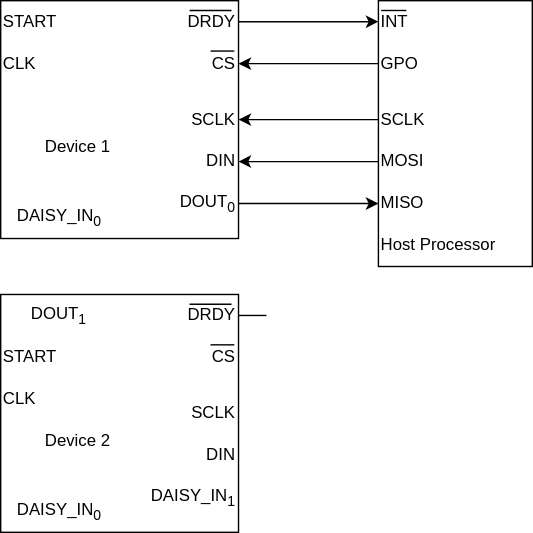
Earlier version of the draw.io export dsp_chips.drawio.svg (mulanfly/diagrams). Source tidied: cells renumbered, new cells last; positions are measured from the earlier drawing's top-left corner, leaving out a move shared by most shapes.
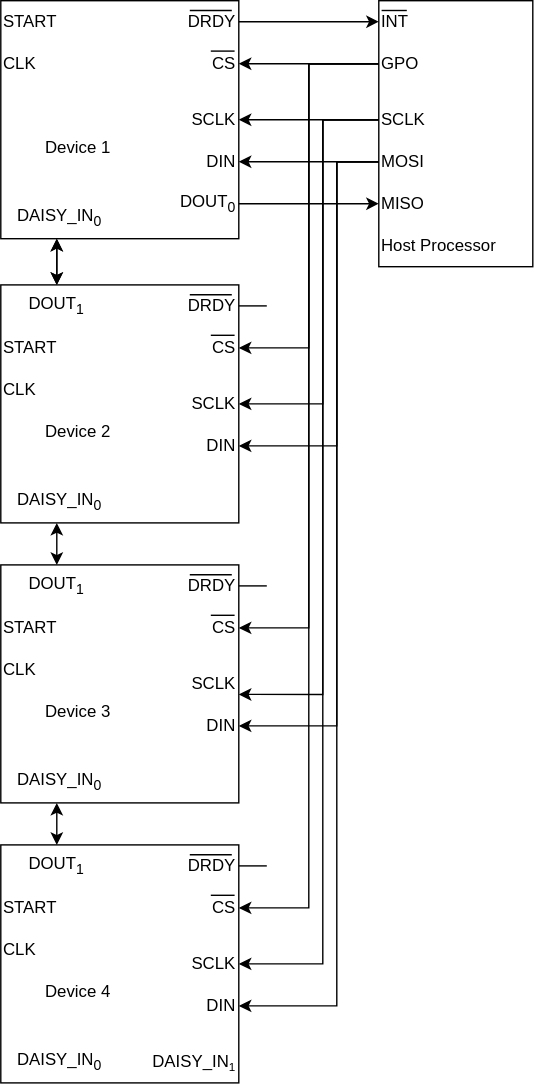
After the commit.

What changed in the source:
```diff
@@ -35,6 +35,12 @@
     <mxCell id="12" value="Device 1" style="text;html=1;strokeColor=none;fillColor=none;align=left;verticalAlign=middle;whiteSpace=wrap;rounded=0;" parent="1" vertex="1">
       <mxGeometry x="30" y="90" width="60" height="30" as="geometry" />
     </mxCell>
+    <mxCell id="41" style="edgeStyle=orthogonalEdgeStyle;rounded=0;jettySize=auto;html=1;exitX=0.5;exitY=1;exitDx=0;exitDy=0;startArrow=classic;startFill=1;" parent="1" edge="1" source="13" target="39">
+      <mxGeometry relative="1" as="geometry" />
+    </mxCell>
+    <mxCell id="42" style="edgeStyle=orthogonalEdgeStyle;rounded=0;jettySize=auto;html=1;startArrow=classic;startFill=1;" parent="1" edge="1" source="13" target="39">
+      <mxGeometry relative="1" as="geometry" />
+    </mxCell>
     <mxCell id="13" value="DAISY_IN&lt;sub&gt;0&lt;/sub&gt;" style="text;html=1;strokeColor=none;fillColor=none;align=left;verticalAlign=middle;whiteSpace=wrap;rounded=0;" parent="1" vertex="1">
       <mxGeometry x="10" y="140" width="60" height="30" as="geometry" />
     </mxCell>
@@ -59,18 +65,75 @@
     <mxCell id="18" style="edgeStyle=orthogonalEdgeStyle;rounded=0;jettySize=auto;html=1;exitX=0;exitY=0.5;exitDx=0;exitDy=0;entryX=1;entryY=0.5;entryDx=0;entryDy=0;" parent="1" edge="1" source="19" target="7">
       <mxGeometry relative="1" as="geometry" />
     </mxCell>
+    <mxCell id="43" style="edgeStyle=orthogonalEdgeStyle;rounded=0;jettySize=auto;html=1;exitX=0;exitY=0.5;exitDx=0;exitDy=0;entryX=1;entryY=0.5;entryDx=0;entryDy=0;" parent="1" edge="1" source="19" target="31">
+      <mxGeometry relative="1" as="geometry" />
+    </mxCell>
+    <mxCell id="44" style="edgeStyle=orthogonalEdgeStyle;rounded=0;jettySize=auto;html=1;exitX=0;exitY=0.5;exitDx=0;exitDy=0;entryX=1;entryY=0.5;entryDx=0;entryDy=0;startArrow=none;startFill=0;" parent="1" edge="1" source="19" target="57">
+      <mxGeometry relative="1" as="geometry" />
+    </mxCell>
+    <mxCell id="45" style="edgeStyle=orthogonalEdgeStyle;rounded=0;jettySize=auto;html=1;exitX=0;exitY=0.5;exitDx=0;exitDy=0;entryX=1;entryY=0.5;entryDx=0;entryDy=0;startArrow=none;startFill=0;" parent="1" edge="1" source="19" target="70">
+      <mxGeometry relative="1" as="geometry" />
+    </mxCell>
     <mxCell id="19" value="GPO" style="text;html=1;strokeColor=none;fillColor=none;align=left;verticalAlign=middle;whiteSpace=wrap;rounded=0;" parent="1" vertex="1">
       <mxGeometry x="270" y="30" width="60" height="30" as="geometry" />
     </mxCell>
     <mxCell id="20" style="edgeStyle=orthogonalEdgeStyle;rounded=0;jettySize=auto;html=1;exitX=0;exitY=0.5;exitDx=0;exitDy=0;entryX=1;entryY=0.5;entryDx=0;entryDy=0;" parent="1" edge="1" source="21" target="8">
       <mxGeometry relative="1" as="geometry" />
     </mxCell>
+    <mxCell id="46" style="edgeStyle=orthogonalEdgeStyle;rounded=0;jettySize=auto;html=1;exitX=0;exitY=0.5;exitDx=0;exitDy=0;entryX=1;entryY=0.5;entryDx=0;entryDy=0;" parent="1" edge="1" source="21" target="32">
+      <mxGeometry relative="1" as="geometry">
+        <Array as="points">
+          <mxPoint x="230" y="85" />
+          <mxPoint x="230" y="288" />
+        </Array>
+      </mxGeometry>
+    </mxCell>
+    <mxCell id="47" style="edgeStyle=orthogonalEdgeStyle;rounded=0;jettySize=auto;html=1;exitX=0;exitY=0.5;exitDx=0;exitDy=0;entryX=1;entryY=0.75;entryDx=0;entryDy=0;startArrow=none;startFill=0;" parent="1" edge="1" source="21" target="58">
+      <mxGeometry relative="1" as="geometry">
+        <Array as="points">
+          <mxPoint x="230" y="85" />
+          <mxPoint x="230" y="496" />
+        </Array>
+      </mxGeometry>
+    </mxCell>
+    <mxCell id="48" style="edgeStyle=orthogonalEdgeStyle;rounded=0;jettySize=auto;html=1;exitX=0;exitY=0.5;exitDx=0;exitDy=0;entryX=1;entryY=0.5;entryDx=0;entryDy=0;startArrow=none;startFill=0;" parent="1" edge="1" source="21" target="71">
+      <mxGeometry relative="1" as="geometry">
+        <Array as="points">
+          <mxPoint x="230" y="85" />
+          <mxPoint x="230" y="688" />
+        </Array>
+      </mxGeometry>
+    </mxCell>
     <mxCell id="21" value="SCLK&lt;span style=&quot;color: rgba(0 , 0 , 0 , 0) ; font-family: monospace ; font-size: 0px&quot;&gt;%3CmxGraphModel%3E%3Croot%3E%3CmxCell%20id%3D%220%22%2F%3E%3CmxCell%20id%3D%221%22%20parent%3D%220%22%2F%3E%3CmxCell%20id%3D%222%22%20value%3D%22INT%22%20style%3D%22text%3Bhtml%3D1%3BstrokeColor%3Dnone%3BfillColor%3Dnone%3Balign%3Dleft%3BverticalAlign%3Dmiddle%3BwhiteSpace%3Dwrap%3Brounded%3D0%3B%22%20vertex%3D%221%22%20parent%3D%221%22%3E%3CmxGeometry%20x%3D%22490%22%20y%3D%2290%22%20width%3D%2260%22%20height%3D%2230%22%20as%3D%22geometry%22%2F%3E%3C%2FmxCell%3E%3C%2Froot%3E%3C%2FmxGraphModel%3E&lt;/span&gt;" style="text;html=1;strokeColor=none;fillColor=none;align=left;verticalAlign=middle;whiteSpace=wrap;rounded=0;" parent="1" vertex="1">
       <mxGeometry x="270" y="70" width="60" height="30" as="geometry" />
     </mxCell>
     <mxCell id="22" style="edgeStyle=orthogonalEdgeStyle;rounded=0;jettySize=auto;html=1;exitX=0;exitY=0.5;exitDx=0;exitDy=0;entryX=1;entryY=0.5;entryDx=0;entryDy=0;" parent="1" edge="1" source="23" target="9">
       <mxGeometry relative="1" as="geometry" />
     </mxCell>
+    <mxCell id="49" style="edgeStyle=orthogonalEdgeStyle;rounded=0;jettySize=auto;html=1;exitX=0;exitY=0.5;exitDx=0;exitDy=0;entryX=1;entryY=0.5;entryDx=0;entryDy=0;" parent="1" edge="1" source="23" target="33">
+      <mxGeometry relative="1" as="geometry">
+        <Array as="points">
+          <mxPoint x="240" y="115" />
+          <mxPoint x="240" y="318" />
+        </Array>
+      </mxGeometry>
+    </mxCell>
+    <mxCell id="50" style="edgeStyle=orthogonalEdgeStyle;rounded=0;jettySize=auto;html=1;exitX=0;exitY=0.5;exitDx=0;exitDy=0;entryX=1;entryY=0.5;entryDx=0;entryDy=0;startArrow=none;startFill=0;" parent="1" edge="1" source="23" target="59">
+      <mxGeometry relative="1" as="geometry">
+        <Array as="points">
+          <mxPoint x="240" y="115" />
+          <mxPoint x="240" y="518" />
+        </Array>
+      </mxGeometry>
+    </mxCell>
+    <mxCell id="51" style="edgeStyle=orthogonalEdgeStyle;rounded=0;jettySize=auto;html=1;exitX=0;exitY=0.5;exitDx=0;exitDy=0;entryX=1;entryY=0.5;entryDx=0;entryDy=0;startArrow=none;startFill=0;" parent="1" edge="1" source="23" target="72">
+      <mxGeometry relative="1" as="geometry">
+        <Array as="points">
+          <mxPoint x="240" y="115" />
+          <mxPoint x="240" y="718" />
+        </Array>
+      </mxGeometry>
+    </mxCell>
     <mxCell id="23" value="MOSI" style="text;html=1;strokeColor=none;fillColor=none;align=left;verticalAlign=middle;whiteSpace=wrap;rounded=0;" parent="1" vertex="1">
       <mxGeometry x="270" y="100" width="60" height="30" as="geometry" />
     </mxCell>
@@ -87,54 +150,154 @@
       </mxGeometry>
     </mxCell>
     <mxCell id="27" style="whiteSpace=wrap;html=1;" parent="1" vertex="1">
-      <mxGeometry y="210" width="170" height="170" as="geometry" />
+      <mxGeometry y="203" width="170" height="170" as="geometry" />
     </mxCell>
     <mxCell id="28" value="START" style="text;html=1;strokeColor=none;fillColor=none;align=left;verticalAlign=middle;whiteSpace=wrap;rounded=0;" parent="1" vertex="1">
-      <mxGeometry y="240" width="60" height="30" as="geometry" />
+      <mxGeometry y="233" width="60" height="30" as="geometry" />
     </mxCell>
     <mxCell id="29" value="CLK" style="text;html=1;strokeColor=none;fillColor=none;align=left;verticalAlign=middle;whiteSpace=wrap;rounded=0;" parent="1" vertex="1">
-      <mxGeometry y="270" width="60" height="30" as="geometry" />
+      <mxGeometry y="263" width="60" height="30" as="geometry" />
     </mxCell>
     <mxCell id="30" value="DRDY" style="text;html=1;strokeColor=none;fillColor=none;align=right;verticalAlign=middle;whiteSpace=wrap;rounded=0;" parent="1" vertex="1">
-      <mxGeometry x="110" y="210" width="60" height="30" as="geometry" />
+      <mxGeometry x="110" y="203" width="60" height="30" as="geometry" />
     </mxCell>
     <mxCell id="31" value="CS" style="text;html=1;strokeColor=none;fillColor=none;align=right;verticalAlign=middle;whiteSpace=wrap;rounded=0;" parent="1" vertex="1">
-      <mxGeometry x="110" y="240" width="60" height="30" as="geometry" />
+      <mxGeometry x="110" y="233" width="60" height="30" as="geometry" />
     </mxCell>
     <mxCell id="32" value="SCLK" style="text;html=1;strokeColor=none;fillColor=none;align=right;verticalAlign=middle;whiteSpace=wrap;rounded=0;" parent="1" vertex="1">
-      <mxGeometry x="110" y="280" width="60" height="30" as="geometry" />
+      <mxGeometry x="110" y="273" width="60" height="30" as="geometry" />
     </mxCell>
     <mxCell id="33" value="DIN" style="text;html=1;strokeColor=none;fillColor=none;align=right;verticalAlign=middle;whiteSpace=wrap;rounded=0;" parent="1" vertex="1">
-      <mxGeometry x="110" y="310" width="60" height="30" as="geometry" />
+      <mxGeometry x="110" y="303" width="60" height="30" as="geometry" />
     </mxCell>
-    <mxCell id="34" value="DAISY_IN&lt;sub&gt;1&lt;/sub&gt;" style="text;html=1;strokeColor=none;fillColor=none;align=right;verticalAlign=middle;whiteSpace=wrap;rounded=0;" parent="1" vertex="1">
-      <mxGeometry x="110" y="340" width="60" height="30" as="geometry" />
-    </mxCell>
     <mxCell id="35" value="Device 2" style="text;html=1;strokeColor=none;fillColor=none;align=left;verticalAlign=middle;whiteSpace=wrap;rounded=0;" parent="1" vertex="1">
-      <mxGeometry x="30" y="300" width="60" height="30" as="geometry" />
+      <mxGeometry x="30" y="293" width="60" height="30" as="geometry" />
     </mxCell>
+    <mxCell id="52" style="edgeStyle=orthogonalEdgeStyle;rounded=0;jettySize=auto;html=1;startArrow=classic;startFill=1;" parent="1" edge="1" source="36" target="64">
+      <mxGeometry relative="1" as="geometry" />
+    </mxCell>
     <mxCell id="36" value="DAISY_IN&lt;sub&gt;0&lt;/sub&gt;" style="text;html=1;strokeColor=none;fillColor=none;align=left;verticalAlign=middle;whiteSpace=wrap;rounded=0;" parent="1" vertex="1">
-      <mxGeometry x="10" y="350" width="60" height="30" as="geometry" />
+      <mxGeometry x="10" y="343" width="60" height="30" as="geometry" />
     </mxCell>
     <mxCell id="37" style="endArrow=none;html=1;rounded=0;" parent="1" edge="1">
       <mxGeometry relative="1" as="geometry">
-        <mxPoint x="135" y="217" as="sourcePoint" />
-        <mxPoint x="165" y="217" as="targetPoint" />
+        <mxPoint x="135" y="210" as="sourcePoint" />
+        <mxPoint x="165" y="210" as="targetPoint" />
       </mxGeometry>
     </mxCell>
     <mxCell id="38" style="endArrow=none;html=1;rounded=0;" parent="1" edge="1">
       <mxGeometry relative="1" as="geometry">
-        <mxPoint x="150" y="246" as="sourcePoint" />
-        <mxPoint x="167" y="246" as="targetPoint" />
+        <mxPoint x="150" y="239" as="sourcePoint" />
+        <mxPoint x="167" y="239" as="targetPoint" />
       </mxGeometry>
     </mxCell>
-    <mxCell id="39" value="DOUT&lt;sub&gt;1&lt;/sub&gt;" style="text;html=1;strokeColor=none;fillColor=none;align=left;verticalAlign=middle;whiteSpace=wrap;rounded=0;" parent="1" vertex="1">
-      <mxGeometry x="20" y="210" width="60" height="30" as="geometry" />
+    <mxCell id="39" value="DOUT&lt;sub&gt;1&lt;/sub&gt;" style="text;html=1;strokeColor=none;fillColor=none;align=center;verticalAlign=middle;whiteSpace=wrap;rounded=0;" parent="1" vertex="1">
+      <mxGeometry x="10" y="203" width="60" height="30" as="geometry" />
     </mxCell>
     <mxCell id="40" style="endArrow=none;html=1;rounded=0;exitX=1;exitY=0.5;exitDx=0;exitDy=0;" parent="1" edge="1" source="30">
       <mxGeometry relative="1" as="geometry">
-        <mxPoint x="190" y="225" as="targetPoint" />
+        <mxPoint x="190" y="218" as="targetPoint" />
       </mxGeometry>
     </mxCell>
+    <mxCell id="53" style="whiteSpace=wrap;html=1;" parent="1" vertex="1">
+      <mxGeometry y="403" width="170" height="170" as="geometry" />
+    </mxCell>
+    <mxCell id="54" value="START" style="text;html=1;strokeColor=none;fillColor=none;align=left;verticalAlign=middle;whiteSpace=wrap;rounded=0;" parent="1" vertex="1">
+      <mxGeometry y="433" width="60" height="30" as="geometry" />
+    </mxCell>
+    <mxCell id="55" value="CLK" style="text;html=1;strokeColor=none;fillColor=none;align=left;verticalAlign=middle;whiteSpace=wrap;rounded=0;" parent="1" vertex="1">
+      <mxGeometry y="463" width="60" height="30" as="geometry" />
+    </mxCell>
+    <mxCell id="56" value="DRDY" style="text;html=1;strokeColor=none;fillColor=none;align=right;verticalAlign=middle;whiteSpace=wrap;rounded=0;" parent="1" vertex="1">
+      <mxGeometry x="110" y="403" width="60" height="30" as="geometry" />
+    </mxCell>
+    <mxCell id="57" value="CS" style="text;html=1;strokeColor=none;fillColor=none;align=right;verticalAlign=middle;whiteSpace=wrap;rounded=0;" parent="1" vertex="1">
+      <mxGeometry x="110" y="433" width="60" height="30" as="geometry" />
+    </mxCell>
+    <mxCell id="58" value="SCLK" style="text;html=1;strokeColor=none;fillColor=none;align=right;verticalAlign=middle;whiteSpace=wrap;rounded=0;" parent="1" vertex="1">
+      <mxGeometry x="110" y="473" width="60" height="30" as="geometry" />
+    </mxCell>
+    <mxCell id="59" value="DIN" style="text;html=1;strokeColor=none;fillColor=none;align=right;verticalAlign=middle;whiteSpace=wrap;rounded=0;" parent="1" vertex="1">
+      <mxGeometry x="110" y="503" width="60" height="30" as="geometry" />
+    </mxCell>
+    <mxCell id="60" value="Device 3" style="text;html=1;strokeColor=none;fillColor=none;align=left;verticalAlign=middle;whiteSpace=wrap;rounded=0;" parent="1" vertex="1">
+      <mxGeometry x="30" y="493" width="60" height="30" as="geometry" />
+    </mxCell>
+    <mxCell id="61" value="DAISY_IN&lt;sub&gt;0&lt;/sub&gt;" style="text;html=1;strokeColor=none;fillColor=none;align=left;verticalAlign=middle;whiteSpace=wrap;rounded=0;" parent="1" vertex="1">
+      <mxGeometry x="10" y="543" width="60" height="30" as="geometry" />
+    </mxCell>
+    <mxCell id="62" style="endArrow=none;html=1;rounded=0;" parent="1" edge="1">
+      <mxGeometry relative="1" as="geometry">
+        <mxPoint x="135" y="410" as="sourcePoint" />
+        <mxPoint x="165" y="410" as="targetPoint" />
+      </mxGeometry>
+    </mxCell>
+    <mxCell id="63" style="endArrow=none;html=1;rounded=0;" parent="1" edge="1">
+      <mxGeometry relative="1" as="geometry">
+        <mxPoint x="150" y="439" as="sourcePoint" />
+        <mxPoint x="167" y="439" as="targetPoint" />
+      </mxGeometry>
+    </mxCell>
+    <mxCell id="64" value="DOUT&lt;sub&gt;1&lt;/sub&gt;" style="text;html=1;strokeColor=none;fillColor=none;align=center;verticalAlign=middle;whiteSpace=wrap;rounded=0;" parent="1" vertex="1">
+      <mxGeometry x="10" y="403" width="60" height="30" as="geometry" />
+    </mxCell>
+    <mxCell id="65" style="endArrow=none;html=1;rounded=0;exitX=1;exitY=0.5;exitDx=0;exitDy=0;" parent="1" edge="1" source="56">
+      <mxGeometry relative="1" as="geometry">
+        <mxPoint x="190" y="418" as="targetPoint" />
+      </mxGeometry>
+    </mxCell>
+    <mxCell id="66" style="whiteSpace=wrap;html=1;" parent="1" vertex="1">
+      <mxGeometry y="603" width="170" height="170" as="geometry" />
+    </mxCell>
+    <mxCell id="67" value="START" style="text;html=1;strokeColor=none;fillColor=none;align=left;verticalAlign=middle;whiteSpace=wrap;rounded=0;" parent="1" vertex="1">
+      <mxGeometry y="633" width="60" height="30" as="geometry" />
+    </mxCell>
+    <mxCell id="68" value="CLK" style="text;html=1;strokeColor=none;fillColor=none;align=left;verticalAlign=middle;whiteSpace=wrap;rounded=0;" parent="1" vertex="1">
+      <mxGeometry y="663" width="60" height="30" as="geometry" />
+    </mxCell>
+    <mxCell id="69" value="DRDY" style="text;html=1;strokeColor=none;fillColor=none;align=right;verticalAlign=middle;whiteSpace=wrap;rounded=0;" parent="1" vertex="1">
+      <mxGeometry x="110" y="603" width="60" height="30" as="geometry" />
+    </mxCell>
+    <mxCell id="70" value="CS" style="text;html=1;strokeColor=none;fillColor=none;align=right;verticalAlign=middle;whiteSpace=wrap;rounded=0;" parent="1" vertex="1">
+      <mxGeometry x="110" y="633" width="60" height="30" as="geometry" />
+    </mxCell>
+    <mxCell id="71" value="SCLK" style="text;html=1;strokeColor=none;fillColor=none;align=right;verticalAlign=middle;whiteSpace=wrap;rounded=0;" parent="1" vertex="1">
+      <mxGeometry x="110" y="673" width="60" height="30" as="geometry" />
+    </mxCell>
+    <mxCell id="72" value="DIN" style="text;html=1;strokeColor=none;fillColor=none;align=right;verticalAlign=middle;whiteSpace=wrap;rounded=0;" parent="1" vertex="1">
+      <mxGeometry x="110" y="703" width="60" height="30" as="geometry" />
+    </mxCell>
+    <mxCell id="73" value="Device 4" style="text;html=1;strokeColor=none;fillColor=none;align=left;verticalAlign=middle;whiteSpace=wrap;rounded=0;" parent="1" vertex="1">
+      <mxGeometry x="30" y="693" width="60" height="30" as="geometry" />
+    </mxCell>
+    <mxCell id="74" value="DAISY_IN&lt;sub&gt;0&lt;/sub&gt;" style="text;html=1;strokeColor=none;fillColor=none;align=left;verticalAlign=middle;whiteSpace=wrap;rounded=0;" parent="1" vertex="1">
+      <mxGeometry x="10" y="743" width="60" height="30" as="geometry" />
+    </mxCell>
+    <mxCell id="75" style="endArrow=none;html=1;rounded=0;" parent="1" edge="1">
+      <mxGeometry relative="1" as="geometry">
+        <mxPoint x="135" y="610" as="sourcePoint" />
+        <mxPoint x="165" y="610" as="targetPoint" />
+      </mxGeometry>
+    </mxCell>
+    <mxCell id="76" style="endArrow=none;html=1;rounded=0;" parent="1" edge="1">
+      <mxGeometry relative="1" as="geometry">
+        <mxPoint x="150" y="639" as="sourcePoint" />
+        <mxPoint x="167" y="639" as="targetPoint" />
+      </mxGeometry>
+    </mxCell>
+    <mxCell id="77" style="edgeStyle=orthogonalEdgeStyle;rounded=0;jettySize=auto;html=1;startArrow=classic;startFill=1;" parent="1" edge="1" source="78" target="61">
+      <mxGeometry relative="1" as="geometry" />
+    </mxCell>
+    <mxCell id="78" value="DOUT&lt;sub&gt;1&lt;/sub&gt;" style="text;html=1;strokeColor=none;fillColor=none;align=center;verticalAlign=middle;whiteSpace=wrap;rounded=0;" parent="1" vertex="1">
+      <mxGeometry x="10" y="603" width="60" height="30" as="geometry" />
+    </mxCell>
+    <mxCell id="79" style="endArrow=none;html=1;rounded=0;exitX=1;exitY=0.5;exitDx=0;exitDy=0;" parent="1" edge="1" source="69">
+      <mxGeometry relative="1" as="geometry">
+        <mxPoint x="190" y="618" as="targetPoint" />
+      </mxGeometry>
+    </mxCell>
+    <mxCell id="34" value="&lt;span style=&quot;text-align: left&quot;&gt;DAISY_IN&lt;span style=&quot;font-size: 10px&quot;&gt;&lt;sub&gt;1&lt;/sub&gt;&lt;/span&gt;&lt;/span&gt;" style="text;html=1;strokeColor=none;fillColor=none;align=right;verticalAlign=middle;whiteSpace=wrap;rounded=0;" parent="1" vertex="1">
+      <mxGeometry x="110" y="743" width="60" height="30" as="geometry" />
+    </mxCell>
   </root>
 </mxGraphModel>
```
